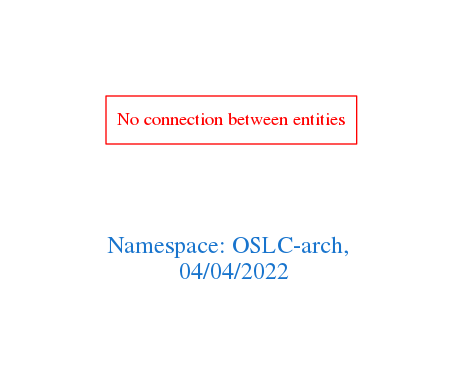
Earlier version of the Graphviz export downloads/OSLC-arch.png (arago/OGIT). Its source is kept beside it as downloads/OSLC-arch.dot.
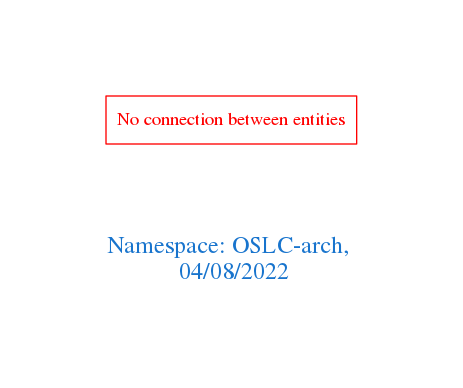
After the change.

What changed in the source:
```diff
@@ -1,7 +1,7 @@
 digraph OGIT_ontology {
  graph [ rankdir= LR,pad=1
 fontsize = 18,
-fontcolor= dodgerblue3,label = "\n\n\nNamespace: OSLC-arch, \n 04/04/2022"];
+fontcolor= dodgerblue3,label = "\n\n\nNamespace: OSLC-arch, \n 04/08/2022"];
 node[shape=polygon];
 edge [  color="gray81"];
 
```
